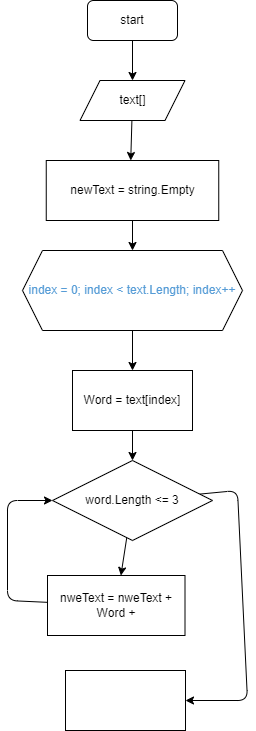
VasiliyNaumov/itogovaya keeps this draw.io diagram as diagram.drawio.png. Above is the earlier version. Source tidied: cells renumbered, new cells last; positions are measured from the earlier drawing's top-left corner, leaving out a move shared by most shapes.
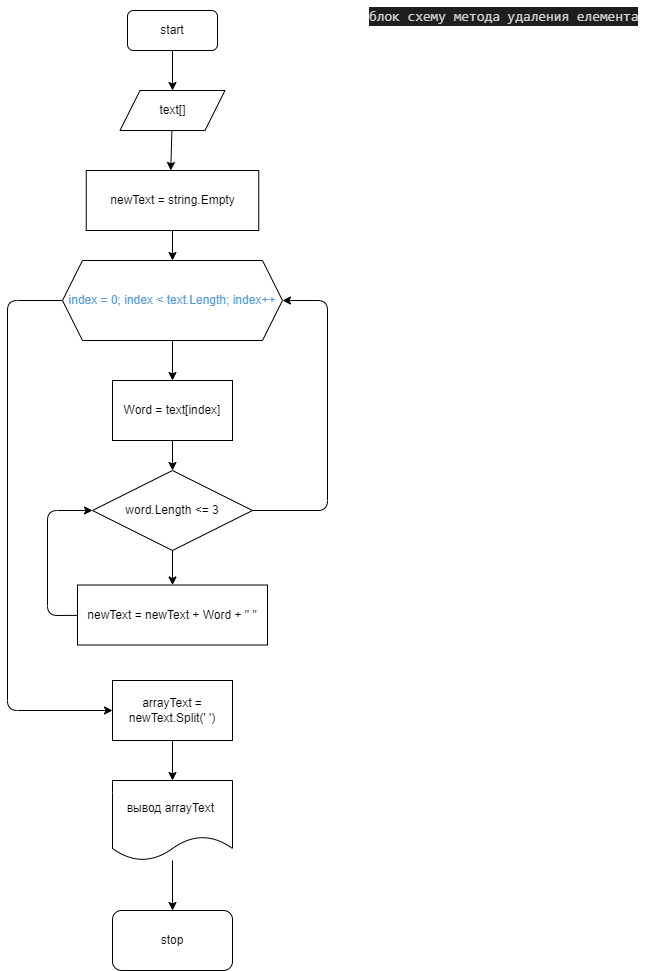
Later version of the same file.

Commit message:
окончательный вариант  блок схемы удаления элементов

What changed in the source:
```diff
@@ -19,6 +19,14 @@
     <mxCell id="6" style="edgeStyle=none;html=1;" parent="1" edge="1" source="7" target="11">
       <mxGeometry relative="1" as="geometry" />
     </mxCell>
+    <mxCell id="18" style="edgeStyle=none;html=1;entryX=0;entryY=0.5;entryDx=0;entryDy=0;" parent="1" edge="1" source="7" target="20">
+      <mxGeometry relative="1" as="geometry">
+        <Array as="points">
+          <mxPoint x="-40" y="290" />
+          <mxPoint x="-40" y="700" />
+        </Array>
+      </mxGeometry>
+    </mxCell>
     <mxCell id="7" value="&lt;font color=&quot;#569cd6&quot;&gt;index = 0; index &amp;lt; text.Length; index++&lt;/font&gt;" style="shape=hexagon;perimeter=hexagonPerimeter2;whiteSpace=wrap;html=1;fixedSize=1;" parent="1" vertex="1">
       <mxGeometry x="15" y="250" width="220" height="80" as="geometry" />
     </mxCell>
@@ -37,11 +45,11 @@
     <mxCell id="12" style="edgeStyle=none;html=1;" parent="1" edge="1" source="14" target="16">
       <mxGeometry relative="1" as="geometry" />
     </mxCell>
-    <mxCell id="13" style="edgeStyle=none;html=1;entryX=1;entryY=0.5;entryDx=0;entryDy=0;" parent="1" edge="1" source="14" target="17">
+    <mxCell id="13" style="edgeStyle=none;html=1;entryX=1;entryY=0.5;entryDx=0;entryDy=0;" parent="1" edge="1" source="14" target="7">
       <mxGeometry relative="1" as="geometry">
         <Array as="points">
-          <mxPoint x="230" y="490" />
-          <mxPoint x="240" y="700" />
+          <mxPoint x="280" y="500" />
+          <mxPoint x="280" y="290" />
         </Array>
       </mxGeometry>
     </mxCell>
@@ -51,16 +59,31 @@
     <mxCell id="15" style="edgeStyle=none;html=1;entryX=0;entryY=0.5;entryDx=0;entryDy=0;" parent="1" edge="1" source="16" target="14">
       <mxGeometry relative="1" as="geometry">
         <Array as="points">
-          <mxPoint y="600" />
+          <mxPoint y="605" />
           <mxPoint y="500" />
         </Array>
       </mxGeometry>
     </mxCell>
-    <mxCell id="16" value="nweText = nweText + Word +" style="rounded=0;whiteSpace=wrap;html=1;" parent="1" vertex="1">
-      <mxGeometry x="40" y="575" width="137.5" height="60" as="geometry" />
+    <mxCell id="16" value="newText = newText + Word + &quot; &quot;" style="rounded=0;whiteSpace=wrap;html=1;" parent="1" vertex="1">
+      <mxGeometry x="30" y="574.5" width="190" height="60" as="geometry" />
     </mxCell>
-    <mxCell id="17" style="rounded=0;whiteSpace=wrap;html=1;" parent="1" vertex="1">
-      <mxGeometry x="58" y="670" width="120" height="60" as="geometry" />
-    </mxCell>
+    <mxCell id="19" style="edgeStyle=none;html=1;" parent="1" edge="1" source="20" target="22">
+      <mxGeometry relative="1" as="geometry" />
+    </mxCell>
+    <mxCell id="20" value="arrayText = newText.Split(' ')" style="rounded=0;whiteSpace=wrap;html=1;" parent="1" vertex="1">
+      <mxGeometry x="65" y="670" width="120" height="60" as="geometry" />
+    </mxCell>
+    <mxCell id="21" style="edgeStyle=none;html=1;" parent="1" edge="1" source="22" target="23">
+      <mxGeometry relative="1" as="geometry" />
+    </mxCell>
+    <mxCell id="22" value="вывод arrayText&amp;nbsp;" style="shape=document;whiteSpace=wrap;html=1;boundedLbl=1;" parent="1" vertex="1">
+      <mxGeometry x="65" y="770" width="120" height="80" as="geometry" />
+    </mxCell>
+    <mxCell id="23" value="stop" style="rounded=1;whiteSpace=wrap;html=1;" parent="1" vertex="1">
+      <mxGeometry x="65" y="900" width="120" height="60" as="geometry" />
+    </mxCell>
+    <mxCell id="24" value="&lt;div style=&quot;color: rgb(212, 212, 212); background-color: rgb(30, 30, 30); font-family: consolas, &amp;quot;courier new&amp;quot;, monospace; font-weight: normal; font-size: 14px; line-height: 19px;&quot;&gt;&lt;div&gt;&lt;span style=&quot;color: #d4d4d4&quot;&gt;блок схему метода удаления елемента&lt;/span&gt;&lt;/div&gt;&lt;/div&gt;" style="text;whiteSpace=wrap;html=1;" parent="1" vertex="1">
+      <mxGeometry x="320" y="-10" width="290" height="30" as="geometry" />
+    </mxCell>
   </root>
 </mxGraphModel>
```
